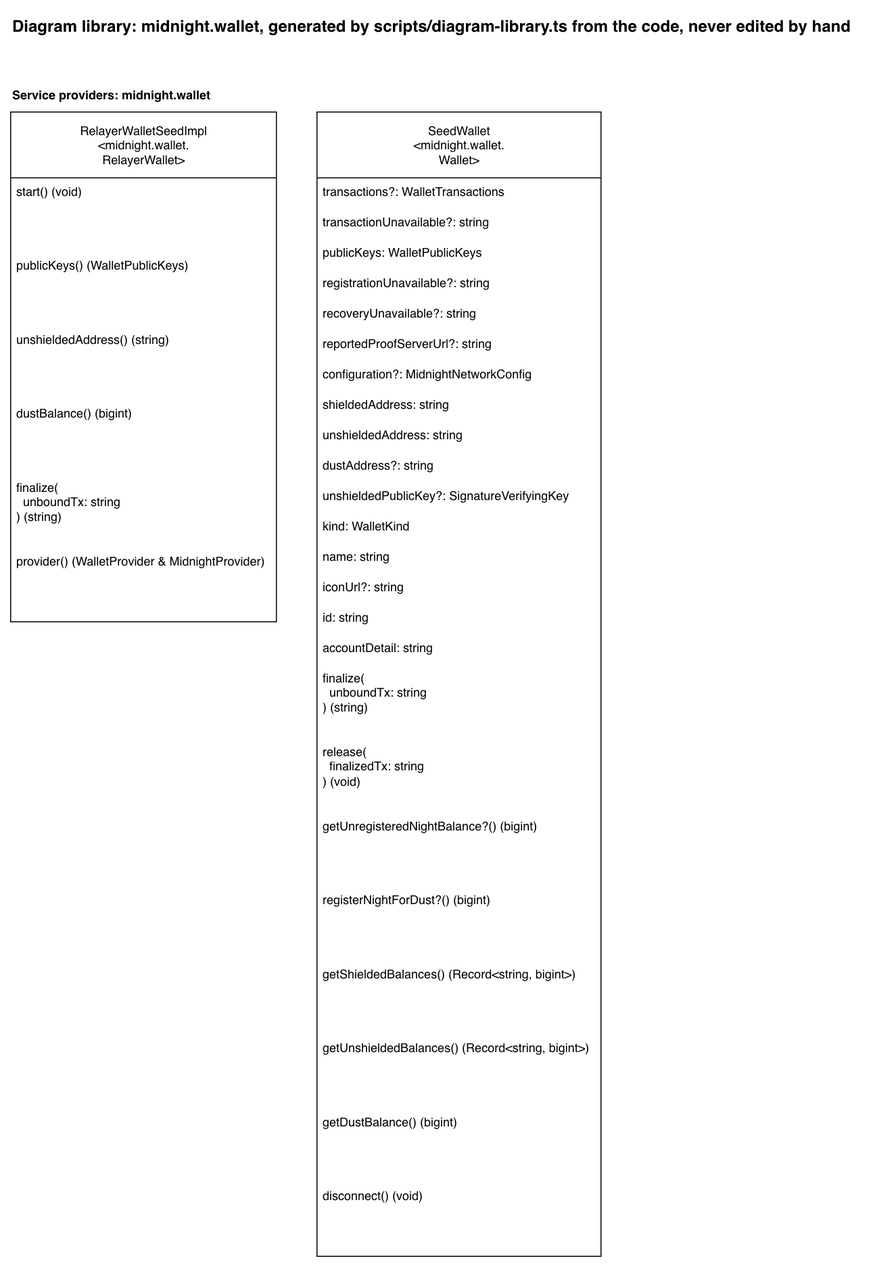
sig-net/full-stack-demo keeps this draw.io diagram as docs/diagram-library/midnight/wallet/diagram-library.drawio.png. Above is the earlier version. Source tidied: cells renumbered, new cells last; positions are measured from the earlier drawing's top-left corner, leaving out a move shared by most shapes.
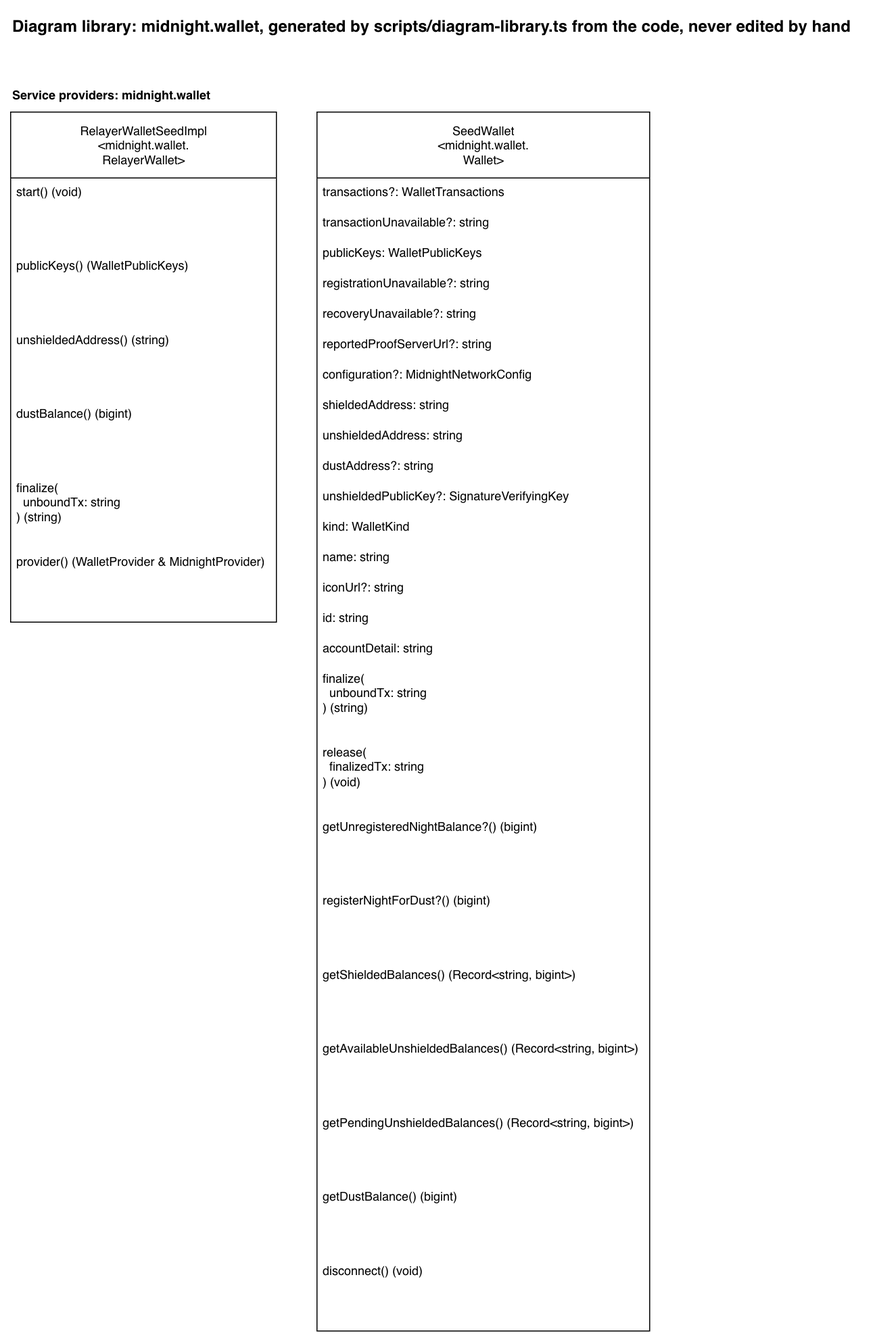
After the commit.

The edit, as a diff of the source:
```diff
@@ -30,79 +30,82 @@
       <mxGeometry y="430" width="262" height="73" as="geometry" />
     </mxCell>
     <mxCell id="11" value="SeedWallet&lt;br&gt;&amp;lt;midnight.wallet.&lt;br&gt;Wallet&amp;gt;" style="swimlane;fontStyle=0;horizontal=1;startSize=65;fillColor=default;html=1;fillStyle=solid;" parent="1" vertex="1">
-      <mxGeometry x="302" y="100" width="280" height="1129" as="geometry" />
+      <mxGeometry x="302" y="100" width="328" height="1202" as="geometry" />
     </mxCell>
     <mxCell id="12" value="transactions?: WalletTransactions" style="text;strokeColor=none;fillColor=none;align=left;verticalAlign=top;spacingLeft=4;spacingRight=4;overflow=hidden;whiteSpace=wrap;html=1;" parent="11" vertex="1">
-      <mxGeometry y="65" width="280" height="30" as="geometry" />
+      <mxGeometry y="65" width="328" height="30" as="geometry" />
     </mxCell>
     <mxCell id="13" value="transactionUnavailable?: string" style="text;strokeColor=none;fillColor=none;align=left;verticalAlign=top;spacingLeft=4;spacingRight=4;overflow=hidden;whiteSpace=wrap;html=1;" parent="11" vertex="1">
-      <mxGeometry y="95" width="280" height="30" as="geometry" />
+      <mxGeometry y="95" width="328" height="30" as="geometry" />
     </mxCell>
     <mxCell id="14" value="publicKeys: WalletPublicKeys" style="text;strokeColor=none;fillColor=none;align=left;verticalAlign=top;spacingLeft=4;spacingRight=4;overflow=hidden;whiteSpace=wrap;html=1;" parent="11" vertex="1">
-      <mxGeometry y="125" width="280" height="30" as="geometry" />
+      <mxGeometry y="125" width="328" height="30" as="geometry" />
     </mxCell>
     <mxCell id="15" value="registrationUnavailable?: string" style="text;strokeColor=none;fillColor=none;align=left;verticalAlign=top;spacingLeft=4;spacingRight=4;overflow=hidden;whiteSpace=wrap;html=1;" parent="11" vertex="1">
-      <mxGeometry y="155" width="280" height="30" as="geometry" />
+      <mxGeometry y="155" width="328" height="30" as="geometry" />
     </mxCell>
     <mxCell id="16" value="recoveryUnavailable?: string" style="text;strokeColor=none;fillColor=none;align=left;verticalAlign=top;spacingLeft=4;spacingRight=4;overflow=hidden;whiteSpace=wrap;html=1;" parent="11" vertex="1">
-      <mxGeometry y="185" width="280" height="30" as="geometry" />
+      <mxGeometry y="185" width="328" height="30" as="geometry" />
     </mxCell>
     <mxCell id="17" value="reportedProofServerUrl?: string" style="text;strokeColor=none;fillColor=none;align=left;verticalAlign=top;spacingLeft=4;spacingRight=4;overflow=hidden;whiteSpace=wrap;html=1;" parent="11" vertex="1">
-      <mxGeometry y="215" width="280" height="30" as="geometry" />
+      <mxGeometry y="215" width="328" height="30" as="geometry" />
     </mxCell>
     <mxCell id="18" value="configuration?: MidnightNetworkConfig" style="text;strokeColor=none;fillColor=none;align=left;verticalAlign=top;spacingLeft=4;spacingRight=4;overflow=hidden;whiteSpace=wrap;html=1;" parent="11" vertex="1">
-      <mxGeometry y="245" width="280" height="30" as="geometry" />
+      <mxGeometry y="245" width="328" height="30" as="geometry" />
     </mxCell>
     <mxCell id="19" value="shieldedAddress: string" style="text;strokeColor=none;fillColor=none;align=left;verticalAlign=top;spacingLeft=4;spacingRight=4;overflow=hidden;whiteSpace=wrap;html=1;" parent="11" vertex="1">
-      <mxGeometry y="275" width="280" height="30" as="geometry" />
+      <mxGeometry y="275" width="328" height="30" as="geometry" />
     </mxCell>
     <mxCell id="20" value="unshieldedAddress: string" style="text;strokeColor=none;fillColor=none;align=left;verticalAlign=top;spacingLeft=4;spacingRight=4;overflow=hidden;whiteSpace=wrap;html=1;" parent="11" vertex="1">
-      <mxGeometry y="305" width="280" height="30" as="geometry" />
+      <mxGeometry y="305" width="328" height="30" as="geometry" />
     </mxCell>
     <mxCell id="21" value="dustAddress?: string" style="text;strokeColor=none;fillColor=none;align=left;verticalAlign=top;spacingLeft=4;spacingRight=4;overflow=hidden;whiteSpace=wrap;html=1;" parent="11" vertex="1">
-      <mxGeometry y="335" width="280" height="30" as="geometry" />
+      <mxGeometry y="335" width="328" height="30" as="geometry" />
     </mxCell>
     <mxCell id="22" value="unshieldedPublicKey?: SignatureVerifyingKey" style="text;strokeColor=none;fillColor=none;align=left;verticalAlign=top;spacingLeft=4;spacingRight=4;overflow=hidden;whiteSpace=wrap;html=1;" parent="11" vertex="1">
-      <mxGeometry y="365" width="280" height="30" as="geometry" />
+      <mxGeometry y="365" width="328" height="30" as="geometry" />
     </mxCell>
     <mxCell id="23" value="kind: WalletKind" style="text;strokeColor=none;fillColor=none;align=left;verticalAlign=top;spacingLeft=4;spacingRight=4;overflow=hidden;whiteSpace=wrap;html=1;" parent="11" vertex="1">
-      <mxGeometry y="395" width="280" height="30" as="geometry" />
+      <mxGeometry y="395" width="328" height="30" as="geometry" />
     </mxCell>
     <mxCell id="24" value="name: string" style="text;strokeColor=none;fillColor=none;align=left;verticalAlign=top;spacingLeft=4;spacingRight=4;overflow=hidden;whiteSpace=wrap;html=1;" parent="11" vertex="1">
-      <mxGeometry y="425" width="280" height="30" as="geometry" />
+      <mxGeometry y="425" width="328" height="30" as="geometry" />
     </mxCell>
     <mxCell id="25" value="iconUrl?: string" style="text;strokeColor=none;fillColor=none;align=left;verticalAlign=top;spacingLeft=4;spacingRight=4;overflow=hidden;whiteSpace=wrap;html=1;" parent="11" vertex="1">
-      <mxGeometry y="455" width="280" height="30" as="geometry" />
+      <mxGeometry y="455" width="328" height="30" as="geometry" />
     </mxCell>
     <mxCell id="26" value="id: string" style="text;strokeColor=none;fillColor=none;align=left;verticalAlign=top;spacingLeft=4;spacingRight=4;overflow=hidden;whiteSpace=wrap;html=1;" parent="11" vertex="1">
-      <mxGeometry y="485" width="280" height="30" as="geometry" />
+      <mxGeometry y="485" width="328" height="30" as="geometry" />
     </mxCell>
     <mxCell id="27" value="accountDetail: string" style="text;strokeColor=none;fillColor=none;align=left;verticalAlign=top;spacingLeft=4;spacingRight=4;overflow=hidden;whiteSpace=wrap;html=1;" parent="11" vertex="1">
-      <mxGeometry y="515" width="280" height="30" as="geometry" />
+      <mxGeometry y="515" width="328" height="30" as="geometry" />
     </mxCell>
     <mxCell id="28" value="finalize(&lt;br&gt;&amp;nbsp; unboundTx: string&lt;br&gt;) (string)" style="text;strokeColor=none;fillColor=none;align=left;verticalAlign=top;spacingLeft=4;spacingRight=4;overflow=hidden;whiteSpace=wrap;html=1;" parent="11" vertex="1">
-      <mxGeometry y="545" width="280" height="73" as="geometry" />
+      <mxGeometry y="545" width="328" height="73" as="geometry" />
     </mxCell>
     <mxCell id="29" value="release(&lt;br&gt;&amp;nbsp; finalizedTx: string&lt;br&gt;) (void)" style="text;strokeColor=none;fillColor=none;align=left;verticalAlign=top;spacingLeft=4;spacingRight=4;overflow=hidden;whiteSpace=wrap;html=1;" parent="11" vertex="1">
-      <mxGeometry y="618" width="280" height="73" as="geometry" />
+      <mxGeometry y="618" width="328" height="73" as="geometry" />
     </mxCell>
     <mxCell id="30" value="getUnregisteredNightBalance?() (bigint)" style="text;strokeColor=none;fillColor=none;align=left;verticalAlign=top;spacingLeft=4;spacingRight=4;overflow=hidden;whiteSpace=wrap;html=1;" parent="11" vertex="1">
-      <mxGeometry y="691" width="280" height="73" as="geometry" />
+      <mxGeometry y="691" width="328" height="73" as="geometry" />
     </mxCell>
     <mxCell id="31" value="registerNightForDust?() (bigint)" style="text;strokeColor=none;fillColor=none;align=left;verticalAlign=top;spacingLeft=4;spacingRight=4;overflow=hidden;whiteSpace=wrap;html=1;" parent="11" vertex="1">
-      <mxGeometry y="764" width="280" height="73" as="geometry" />
+      <mxGeometry y="764" width="328" height="73" as="geometry" />
     </mxCell>
     <mxCell id="32" value="getShieldedBalances() (Record&amp;lt;string, bigint&amp;gt;)" style="text;strokeColor=none;fillColor=none;align=left;verticalAlign=top;spacingLeft=4;spacingRight=4;overflow=hidden;whiteSpace=wrap;html=1;" parent="11" vertex="1">
-      <mxGeometry y="837" width="280" height="73" as="geometry" />
+      <mxGeometry y="837" width="328" height="73" as="geometry" />
     </mxCell>
-    <mxCell id="33" value="getUnshieldedBalances() (Record&amp;lt;string, bigint&amp;gt;)" style="text;strokeColor=none;fillColor=none;align=left;verticalAlign=top;spacingLeft=4;spacingRight=4;overflow=hidden;whiteSpace=wrap;html=1;" parent="11" vertex="1">
-      <mxGeometry y="910" width="280" height="73" as="geometry" />
-    </mxCell>
+    <mxCell id="36" value="getAvailableUnshieldedBalances() (Record&amp;lt;string, bigint&amp;gt;)" style="text;strokeColor=none;fillColor=none;align=left;verticalAlign=top;spacingLeft=4;spacingRight=4;overflow=hidden;whiteSpace=wrap;html=1;" parent="11" vertex="1">
+      <mxGeometry y="910" width="328" height="73" as="geometry" />
+    </mxCell>
+    <mxCell id="37" value="getPendingUnshieldedBalances() (Record&amp;lt;string, bigint&amp;gt;)" style="text;strokeColor=none;fillColor=none;align=left;verticalAlign=top;spacingLeft=4;spacingRight=4;overflow=hidden;whiteSpace=wrap;html=1;" parent="11" vertex="1">
+      <mxGeometry y="983" width="328" height="73" as="geometry" />
+    </mxCell>
     <mxCell id="34" value="getDustBalance() (bigint)" style="text;strokeColor=none;fillColor=none;align=left;verticalAlign=top;spacingLeft=4;spacingRight=4;overflow=hidden;whiteSpace=wrap;html=1;" parent="11" vertex="1">
-      <mxGeometry y="983" width="280" height="73" as="geometry" />
+      <mxGeometry y="1056" width="328" height="73" as="geometry" />
     </mxCell>
     <mxCell id="35" value="disconnect() (void)" style="text;strokeColor=none;fillColor=none;align=left;verticalAlign=top;spacingLeft=4;spacingRight=4;overflow=hidden;whiteSpace=wrap;html=1;" parent="11" vertex="1">
-      <mxGeometry y="1056" width="280" height="73" as="geometry" />
+      <mxGeometry y="1129" width="328" height="73" as="geometry" />
     </mxCell>
   </root>
 </mxGraphModel>
```
